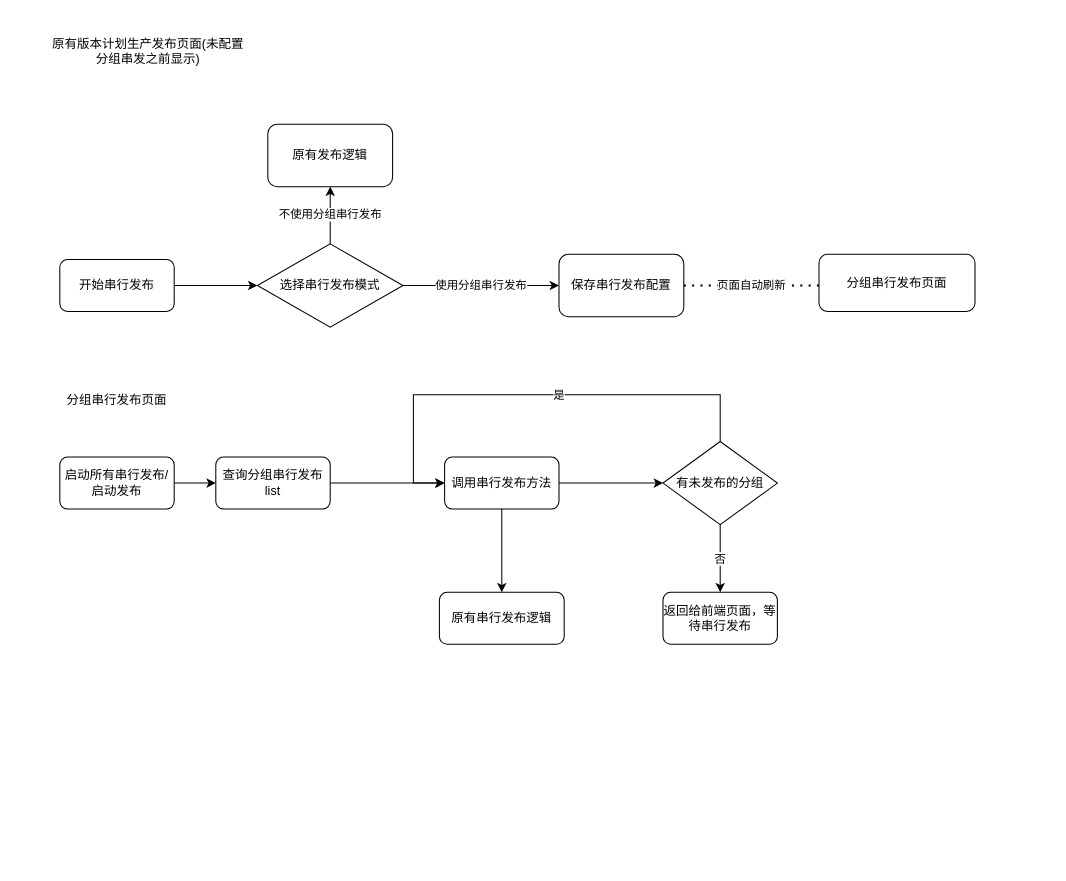
Above: 曹操/分组串行发布简单流程图.drawio in Makecodeeasy/diagrams (draw.io), before the change. Source tidied: cells renumbered, new cells numbered last; positions are measured from the earlier drawing's top-left corner, leaving out a move shared by most shapes. Both pictures are drawn from the tidied source at 104%, with x=0, y=0 at pixel (18, 20).
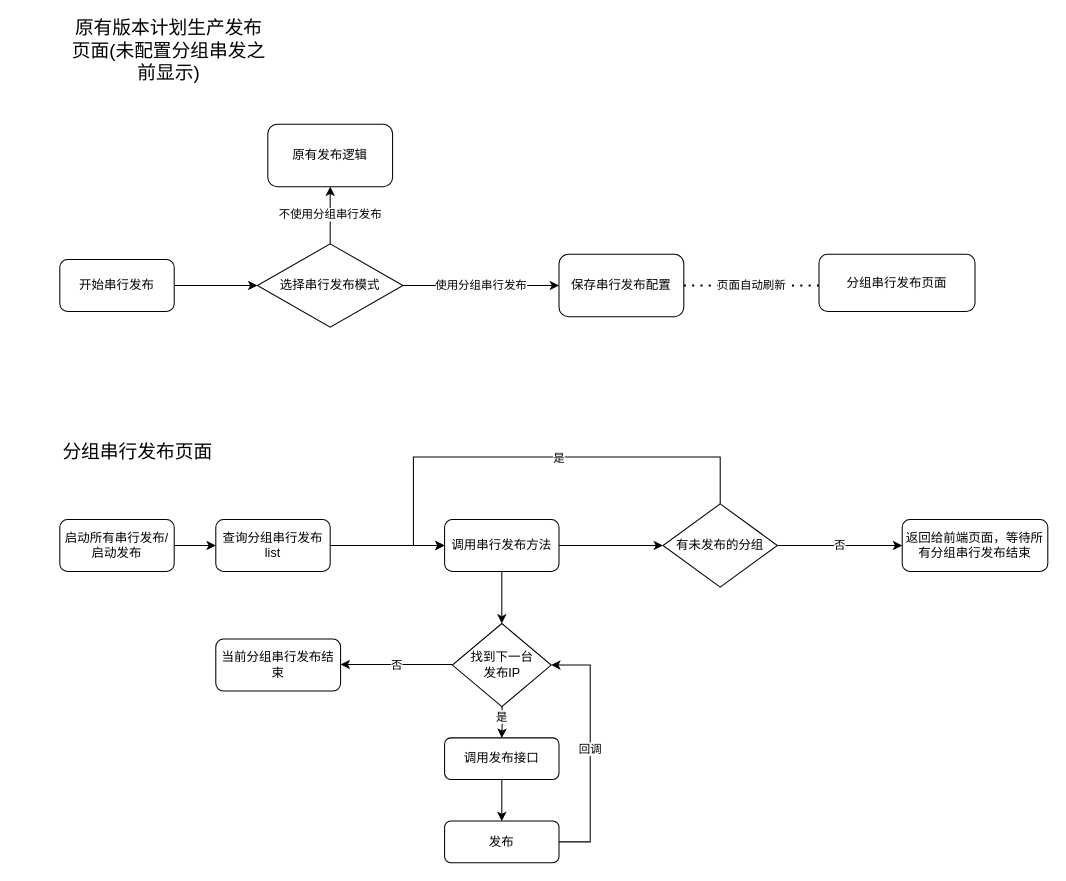
After the change.

Commit message:
更新分组串行发布简单流程图.drawio

What changed in the source:
```diff
@@
     <mxCell id="12" value="启动所有串行发布/启动发布" style="rounded=1;whiteSpace=wrap;html=1;" parent="1" vertex="1">
-      <mxGeometry x="40" y="420" width="110" height="50" as="geometry" />
+      <mxGeometry x="40" y="480" width="110" height="50" as="geometry" />
     </mxCell>
@@
     <mxCell id="14" value="查询分组串行发布list" style="rounded=1;whiteSpace=wrap;html=1;" parent="1" vertex="1">
-      <mxGeometry x="190" y="420" width="110" height="50" as="geometry" />
+      <mxGeometry x="190" y="480" width="110" height="50" as="geometry" />
     </mxCell>
-    <mxCell id="15" value="分组串行发布页面" style="text;html=1;strokeColor=none;fillColor=none;align=center;verticalAlign=middle;whiteSpace=wrap;rounded=0;" parent="1" vertex="1">
-      <mxGeometry y="340" width="190" height="50" as="geometry" />
+    <mxCell id="15" value="&lt;font style=&quot;font-size: 18px&quot;&gt;分组串行发布页面&lt;/font&gt;" style="text;html=1;strokeColor=none;fillColor=none;align=center;verticalAlign=middle;whiteSpace=wrap;rounded=0;" parent="1" vertex="1">
+      <mxGeometry x="20" y="380" width="190" height="70" as="geometry" />
     </mxCell>
-    <mxCell id="16" value="原有版本计划生产发布页面(未配置分组串发之前显示)" style="text;html=1;strokeColor=none;fillColor=none;align=center;verticalAlign=middle;whiteSpace=wrap;rounded=0;" parent="1" vertex="1">
-      <mxGeometry x="30" width="190" height="60" as="geometry" />
+    <mxCell id="16" value="&lt;font style=&quot;font-size: 18px&quot;&gt;原有版本计划生产发布页面(未配置分组串发之前显示)&lt;/font&gt;" style="text;html=1;strokeColor=none;fillColor=none;align=center;verticalAlign=middle;whiteSpace=wrap;rounded=0;" parent="1" vertex="1">
+      <mxGeometry x="50" width="190" height="60" as="geometry" />
     </mxCell>
-    <mxCell id="17" value="原有串行发布逻辑" style="rounded=1;whiteSpace=wrap;html=1;" parent="1" vertex="1">
-      <mxGeometry x="405" y="550" width="120" height="50" as="geometry" />
-    </mxCell>
+    <mxCell id="26" value="是" style="edgeStyle=orthogonalEdgeStyle;rounded=0;jettySize=auto;html=1;exitX=0.5;exitY=1;exitDx=0;exitDy=0;endArrow=classic;endFill=1;" parent="1" edge="1" target="29">
+      <mxGeometry relative="1" as="geometry">
+        <mxPoint x="465" y="650" as="sourcePoint" />
+      </mxGeometry>
+    </mxCell>
+    <mxCell id="27" value="否" style="edgeStyle=orthogonalEdgeStyle;rounded=0;orthogonalLoop=1;jettySize=auto;html=1;exitX=0;exitY=0.5;exitDx=0;exitDy=0;endArrow=classic;endFill=1;" parent="1" edge="1">
+      <mxGeometry relative="1" as="geometry">
+        <mxPoint x="417.5" y="619.5" as="sourcePoint" />
+        <mxPoint x="310" y="619.5" as="targetPoint" />
+      </mxGeometry>
+    </mxCell>
-    <mxCell id="18" style="edgeStyle=orthogonalEdgeStyle;rounded=0;jettySize=auto;html=1;exitX=0.5;exitY=1;exitDx=0;exitDy=0;endArrow=classic;endFill=1;" parent="1" edge="1" source="20" target="17">
-      <mxGeometry relative="1" as="geometry" />
+    <mxCell id="18" style="edgeStyle=orthogonalEdgeStyle;rounded=0;jettySize=auto;html=1;exitX=0.5;exitY=1;exitDx=0;exitDy=0;endArrow=classic;endFill=1;" parent="1" edge="1" source="20">
+      <mxGeometry relative="1" as="geometry">
+        <mxPoint x="465" y="580" as="targetPoint" />
+      </mxGeometry>
     </mxCell>
@@
     <mxCell id="20" value="调用串行发布方法" style="rounded=1;whiteSpace=wrap;html=1;" parent="1" vertex="1">
-      <mxGeometry x="410" y="420" width="110" height="50" as="geometry" />
+      <mxGeometry x="410" y="480" width="110" height="50" as="geometry" />
     </mxCell>
-    <mxCell id="21" value="返回给前端页面，等待串行发布" style="rounded=1;whiteSpace=wrap;html=1;" parent="1" vertex="1">
-      <mxGeometry x="620" y="550" width="110" height="50" as="geometry" />
+    <mxCell id="21" value="返回给前端页面，等待所有分组串行发布结束" style="rounded=1;whiteSpace=wrap;html=1;" parent="1" vertex="1">
+      <mxGeometry x="850" y="480" width="140" height="50" as="geometry" />
     </mxCell>
-    <mxCell id="22" value="否" style="edgeStyle=orthogonalEdgeStyle;rounded=0;jettySize=auto;html=1;exitX=0.5;exitY=1;exitDx=0;exitDy=0;endArrow=classic;endFill=1;" parent="1" edge="1" source="25" target="21">
-      <mxGeometry relative="1" as="geometry" />
+    <mxCell id="22" value="否" style="edgeStyle=orthogonalEdgeStyle;rounded=0;jettySize=auto;html=1;exitX=1;exitY=0.5;exitDx=0;exitDy=0;endArrow=classic;endFill=1;" parent="1" edge="1" source="25" target="21">
+      <mxGeometry relative="1" as="geometry">
+        <Array as="points">
+          <mxPoint x="760" y="505" />
+          <mxPoint x="760" y="505" />
+        </Array>
+      </mxGeometry>
     </mxCell>
     <mxCell id="23" style="edgeStyle=orthogonalEdgeStyle;rounded=0;jettySize=auto;html=1;exitX=0.5;exitY=0;exitDx=0;exitDy=0;entryX=0;entryY=0.5;entryDx=0;entryDy=0;endArrow=classic;endFill=1;" parent="1" edge="1" source="25" target="20">
       <mxGeometry relative="1" as="geometry">
         <Array as="points">
-          <mxPoint x="675" y="360" />
-          <mxPoint x="380" y="360" />
-          <mxPoint x="380" y="445" />
+          <mxPoint x="675" y="420" />
+          <mxPoint x="380" y="420" />
+          <mxPoint x="380" y="505" />
         </Array>
       </mxGeometry>
     </mxCell>
@@
     <mxCell id="25" value="有未发布的分组" style="rhombus;whiteSpace=wrap;html=1;" parent="1" vertex="1">
-      <mxGeometry x="620" y="405" width="110" height="80" as="geometry" />
+      <mxGeometry x="620" y="465" width="110" height="80" as="geometry" />
     </mxCell>
+    <mxCell id="28" style="edgeStyle=orthogonalEdgeStyle;rounded=0;jettySize=auto;html=1;endArrow=classic;endFill=1;" parent="1" edge="1" source="29" target="31">
+      <mxGeometry relative="1" as="geometry" />
+    </mxCell>
+    <mxCell id="29" value="调用发布接口" style="rounded=1;whiteSpace=wrap;html=1;" parent="1" vertex="1">
+      <mxGeometry x="410" y="690" width="110" height="40" as="geometry" />
+    </mxCell>
+    <mxCell id="30" value="回调" style="edgeStyle=orthogonalEdgeStyle;rounded=0;jettySize=auto;html=1;exitX=1;exitY=0.5;exitDx=0;exitDy=0;entryX=1;entryY=0.5;entryDx=0;entryDy=0;endArrow=classic;endFill=1;" parent="1" edge="1" source="31" target="33">
+      <mxGeometry relative="1" as="geometry">
+        <Array as="points">
+          <mxPoint x="550" y="790" />
+          <mxPoint x="550" y="620" />
+        </Array>
+      </mxGeometry>
+    </mxCell>
+    <mxCell id="31" value="发布" style="rounded=1;whiteSpace=wrap;html=1;" parent="1" vertex="1">
+      <mxGeometry x="410" y="770" width="110" height="40" as="geometry" />
+    </mxCell>
+    <mxCell id="32" value="当前分组串行发布结束" style="rounded=1;whiteSpace=wrap;html=1;" parent="1" vertex="1">
+      <mxGeometry x="190" y="595" width="120" height="50" as="geometry" />
+    </mxCell>
+    <mxCell id="33" value="找到下一台&lt;br&gt;发布IP" style="rhombus;whiteSpace=wrap;html=1;" parent="1" vertex="1">
+      <mxGeometry x="417.5" y="580" width="95" height="80" as="geometry" />
+    </mxCell>
+    <mxCell id="34" style="edgeStyle=orthogonalEdgeStyle;rounded=0;orthogonalLoop=1;jettySize=auto;html=1;exitX=0.5;exitY=1;exitDx=0;exitDy=0;endArrow=classic;endFill=1;" parent="1" edge="1" source="25" target="25">
+      <mxGeometry relative="1" as="geometry" />
+    </mxCell>
```
